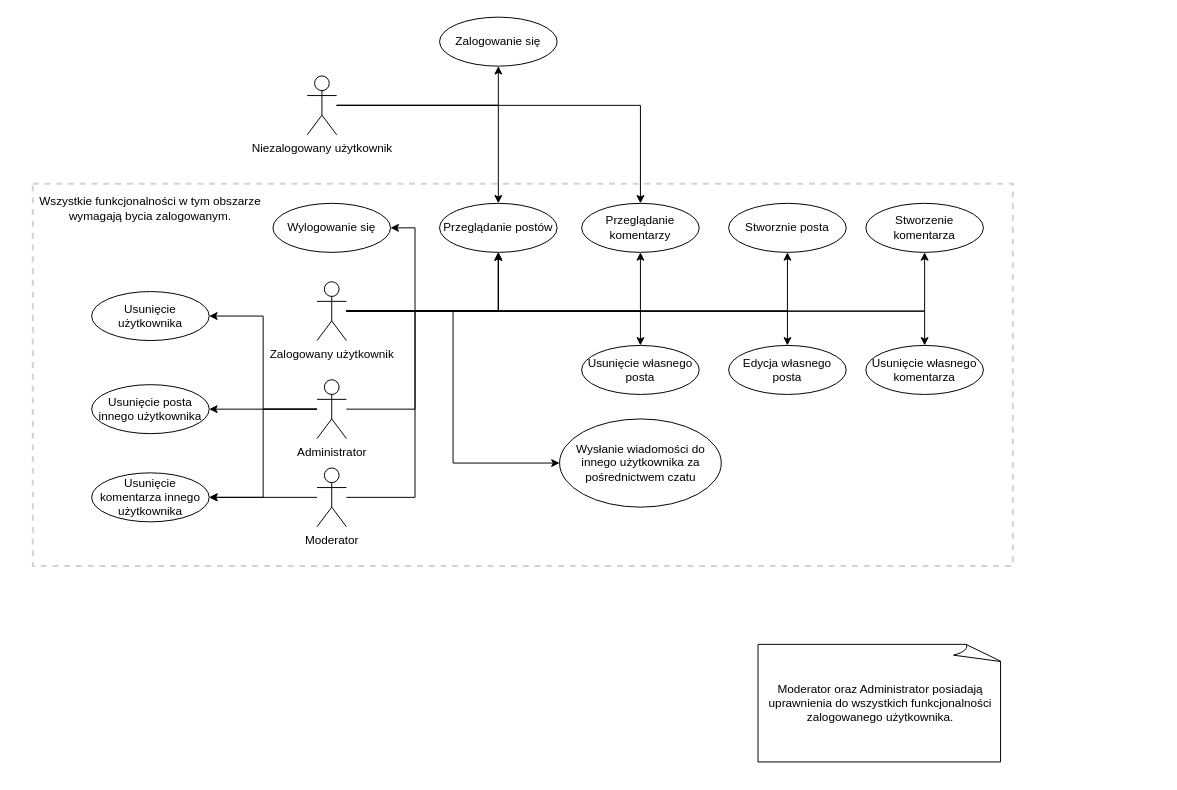
Earlier version of the draw.io diagram Przypadki użycia inżynierka.drawio (MichjuX/UML_Diagrams). Source tidied: cells renumbered, new cells numbered last; positions are measured from the earlier drawing's top-left corner, leaving out a move shared by most shapes. Both pictures are drawn from the tidied source at 98%, with x=0, y=0 at pixel (18, 17).
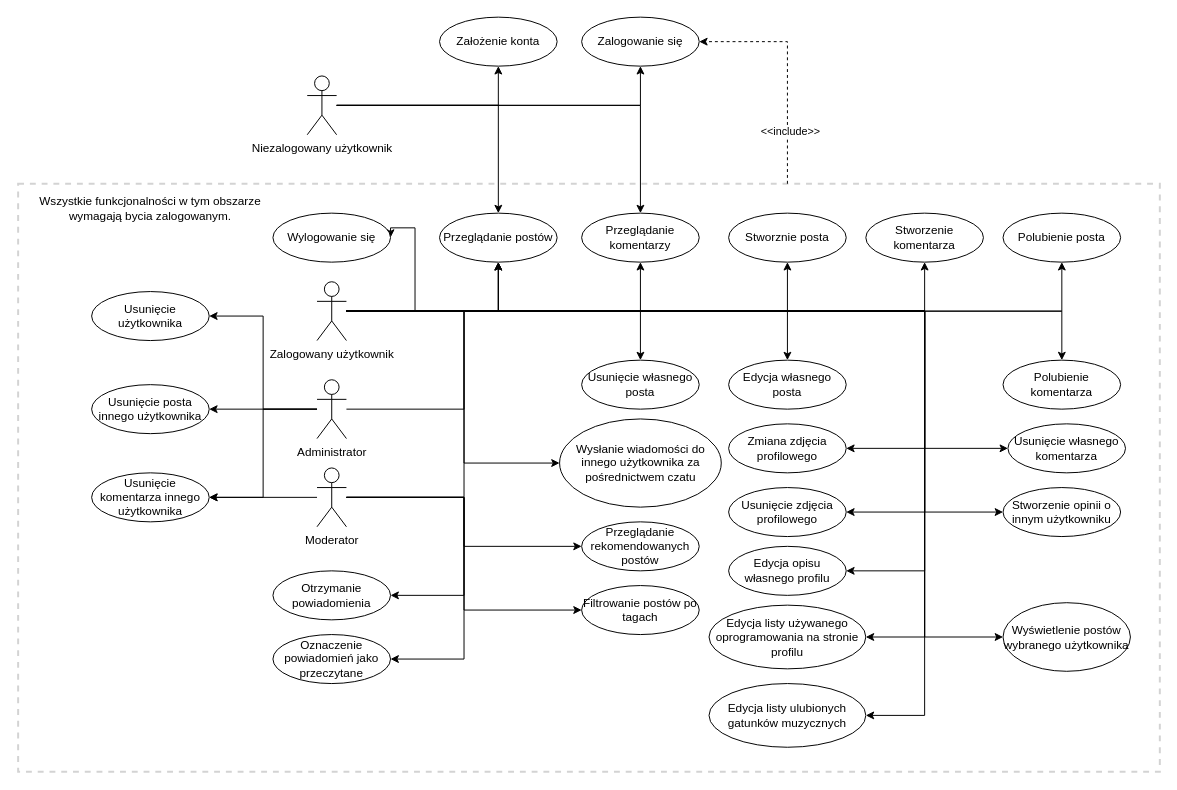
The same diagram, later.

The change refers to these unchanged cells:
```xml
<mxCell id="6" value="Niezalogowany użytkownik&lt;div&gt;&lt;br&gt;&lt;/div&gt;" style="shape=umlActor;verticalLabelPosition=bottom;verticalAlign=top;html=1;outlineConnect=0;" parent="1" vertex="1">
  <mxGeometry x="295" y="60" width="30" height="60" as="geometry" />
</mxCell>
<mxCell id="16" value="Zalogowany użytkownik&lt;div&gt;&lt;br&gt;&lt;/div&gt;" style="shape=umlActor;verticalLabelPosition=bottom;verticalAlign=top;html=1;outlineConnect=0;" parent="1" vertex="1">
  <mxGeometry x="305" y="270" width="30" height="60" as="geometry" />
</mxCell>
<mxCell id="19" value="&lt;div&gt;Moderator&lt;/div&gt;" style="shape=umlActor;verticalLabelPosition=bottom;verticalAlign=top;html=1;outlineConnect=0;" parent="1" vertex="1">
  <mxGeometry x="305" y="460" width="30" height="60" as="geometry" />
</mxCell>
<mxCell id="24" value="&lt;div&gt;Administrator&lt;/div&gt;" style="shape=umlActor;verticalLabelPosition=bottom;verticalAlign=top;html=1;outlineConnect=0;" parent="1" vertex="1">
  <mxGeometry x="305" y="370" width="30" height="60" as="geometry" />
</mxCell>
<mxCell id="33" value="Wysłanie wiadomości do innego użytkownika za pośrednictwem czatu" style="ellipse;whiteSpace=wrap;html=1;" parent="1" vertex="1">
  <mxGeometry x="552.5" y="410" width="165" height="90" as="geometry" />
</mxCell>
```

The edit, as a diff of the source:
```diff
@@
     <mxCell id="2" style="rounded=0;whiteSpace=wrap;html=1;fillColor=none;strokeColor=light-dark(#D3D3D3,#DADADA);strokeWidth=2;dashed=1;" parent="1" vertex="1">
-      <mxGeometry x="15" y="170" width="1000" height="390" as="geometry" />
+      <mxGeometry y="170" width="1165" height="600" as="geometry" />
     </mxCell>
+    <mxCell id="40" style="edgeStyle=orthogonalEdgeStyle;rounded=0;jettySize=auto;html=1;entryX=1;entryY=0.5;entryDx=0;entryDy=0;dashed=1;" parent="1" edge="1" source="2" target="38">
+      <mxGeometry relative="1" as="geometry">
+        <Array as="points">
+          <mxPoint x="785" y="25" />
+        </Array>
+      </mxGeometry>
+    </mxCell>
+    <mxCell id="41" value="&amp;lt;&amp;lt;include&amp;gt;&amp;gt;" style="edgeLabel;html=1;align=center;verticalAlign=middle;" parent="40" vertex="1">
+      <mxGeometry x="-0.54" y="-3" relative="1" as="geometry">
+        <mxPoint x="-1" as="offset" />
+      </mxGeometry>
+    </mxCell>
@@
+    <mxCell id="42" style="edgeStyle=orthogonalEdgeStyle;rounded=0;jettySize=auto;html=1;entryX=0.5;entryY=1;entryDx=0;entryDy=0;" parent="1" edge="1" source="6" target="62">
+      <mxGeometry relative="1" as="geometry" />
+    </mxCell>
@@
     <mxCell id="13" style="edgeStyle=orthogonalEdgeStyle;rounded=0;jettySize=auto;html=1;" parent="1" edge="1" source="16" target="32">
-      <mxGeometry relative="1" as="geometry" />
+      <mxGeometry relative="1" as="geometry">
+        <Array as="points">
+          <mxPoint x="925" y="300" />
+          <mxPoint x="925" y="440" />
+        </Array>
+      </mxGeometry>
     </mxCell>
     <mxCell id="14" style="edgeStyle=orthogonalEdgeStyle;rounded=0;jettySize=auto;html=1;entryX=0;entryY=0.5;entryDx=0;entryDy=0;" parent="1" edge="1" source="16" target="33">
-      <mxGeometry relative="1" as="geometry" />
+      <mxGeometry relative="1" as="geometry">
+        <Array as="points">
+          <mxPoint x="455" y="300" />
+          <mxPoint x="455" y="455" />
+        </Array>
+      </mxGeometry>
     </mxCell>
@@
+    <mxCell id="43" style="edgeStyle=orthogonalEdgeStyle;rounded=0;jettySize=auto;html=1;entryX=0.5;entryY=0;entryDx=0;entryDy=0;" parent="1" edge="1" source="16" target="61">
+      <mxGeometry relative="1" as="geometry" />
+    </mxCell>
+    <mxCell id="44" style="edgeStyle=orthogonalEdgeStyle;rounded=0;jettySize=auto;html=1;entryX=0.5;entryY=1;entryDx=0;entryDy=0;" parent="1" edge="1" source="16" target="60">
+      <mxGeometry relative="1" as="geometry" />
+    </mxCell>
+    <mxCell id="45" style="edgeStyle=orthogonalEdgeStyle;rounded=0;jettySize=auto;html=1;entryX=0;entryY=0.5;entryDx=0;entryDy=0;" parent="1" edge="1" source="16" target="67">
+      <mxGeometry relative="1" as="geometry">
+        <Array as="points">
+          <mxPoint x="925" y="300" />
+          <mxPoint x="925" y="505" />
+        </Array>
+      </mxGeometry>
+    </mxCell>
+    <mxCell id="46" style="edgeStyle=orthogonalEdgeStyle;rounded=0;jettySize=auto;html=1;entryX=0;entryY=0.5;entryDx=0;entryDy=0;" parent="1" edge="1" source="16" target="68">
+      <mxGeometry relative="1" as="geometry">
+        <Array as="points">
+          <mxPoint x="925" y="300" />
+          <mxPoint x="925" y="633" />
+          <mxPoint x="1005" y="633" />
+        </Array>
+      </mxGeometry>
+    </mxCell>
+    <mxCell id="47" style="edgeStyle=orthogonalEdgeStyle;rounded=0;jettySize=auto;html=1;entryX=1;entryY=0.5;entryDx=0;entryDy=0;" parent="1" edge="1" source="16" target="63">
+      <mxGeometry relative="1" as="geometry">
+        <Array as="points">
+          <mxPoint x="925" y="300" />
+          <mxPoint x="925" y="440" />
+        </Array>
+      </mxGeometry>
+    </mxCell>
+    <mxCell id="48" style="edgeStyle=orthogonalEdgeStyle;rounded=0;jettySize=auto;html=1;entryX=1;entryY=0.5;entryDx=0;entryDy=0;" parent="1" edge="1" source="16" target="64">
+      <mxGeometry relative="1" as="geometry">
+        <Array as="points">
+          <mxPoint x="925" y="300" />
+          <mxPoint x="925" y="565" />
+        </Array>
+      </mxGeometry>
+    </mxCell>
+    <mxCell id="49" style="edgeStyle=orthogonalEdgeStyle;rounded=0;jettySize=auto;html=1;entryX=1;entryY=0.5;entryDx=0;entryDy=0;" parent="1" edge="1" source="16" target="69">
+      <mxGeometry relative="1" as="geometry">
+        <Array as="points">
+          <mxPoint x="925" y="300" />
+          <mxPoint x="925" y="505" />
+        </Array>
+      </mxGeometry>
+    </mxCell>
+    <mxCell id="50" style="edgeStyle=orthogonalEdgeStyle;rounded=0;jettySize=auto;html=1;entryX=1;entryY=0.5;entryDx=0;entryDy=0;" parent="1" edge="1" source="16" target="65">
+      <mxGeometry relative="1" as="geometry">
+        <Array as="points">
+          <mxPoint x="925" y="300" />
+          <mxPoint x="925" y="632" />
+        </Array>
+      </mxGeometry>
+    </mxCell>
+    <mxCell id="51" style="edgeStyle=orthogonalEdgeStyle;rounded=0;jettySize=auto;html=1;entryX=1;entryY=0.5;entryDx=0;entryDy=0;" parent="1" edge="1" source="16" target="66">
+      <mxGeometry relative="1" as="geometry">
+        <Array as="points">
+          <mxPoint x="925" y="300" />
+          <mxPoint x="925" y="712" />
+        </Array>
+      </mxGeometry>
+    </mxCell>
@@
     <mxCell id="17" style="edgeStyle=orthogonalEdgeStyle;rounded=0;jettySize=auto;html=1;" parent="1" edge="1" source="19" target="25">
       <mxGeometry relative="1" as="geometry">
         <Array as="points">
-          <mxPoint x="405" y="490" />
-          <mxPoint x="405" y="300" />
+          <mxPoint x="455" y="490" />
+          <mxPoint x="455" y="300" />
           <mxPoint x="490" y="300" />
         </Array>
       </mxGeometry>
     </mxCell>
@@
+    <mxCell id="52" style="edgeStyle=orthogonalEdgeStyle;rounded=0;jettySize=auto;html=1;" parent="1" edge="1" source="19" target="56">
+      <mxGeometry relative="1" as="geometry" />
+    </mxCell>
+    <mxCell id="53" style="edgeStyle=orthogonalEdgeStyle;rounded=0;jettySize=auto;html=1;entryX=0;entryY=0.5;entryDx=0;entryDy=0;" parent="1" edge="1" source="19" target="57">
+      <mxGeometry relative="1" as="geometry" />
+    </mxCell>
+    <mxCell id="54" style="edgeStyle=orthogonalEdgeStyle;rounded=0;jettySize=auto;html=1;entryX=1;entryY=0.5;entryDx=0;entryDy=0;" parent="1" edge="1" source="19" target="58">
+      <mxGeometry relative="1" as="geometry">
+        <Array as="points">
+          <mxPoint x="455" y="490" />
+          <mxPoint x="455" y="590" />
+        </Array>
+      </mxGeometry>
+    </mxCell>
+    <mxCell id="55" style="edgeStyle=orthogonalEdgeStyle;rounded=0;jettySize=auto;html=1;entryX=1;entryY=0.5;entryDx=0;entryDy=0;" parent="1" edge="1" source="19" target="59">
+      <mxGeometry relative="1" as="geometry">
+        <Array as="points">
+          <mxPoint x="455" y="490" />
+          <mxPoint x="455" y="655" />
+        </Array>
+      </mxGeometry>
+    </mxCell>
@@
     <mxCell id="20" style="edgeStyle=orthogonalEdgeStyle;rounded=0;jettySize=auto;html=1;" parent="1" edge="1" source="24" target="25">
       <mxGeometry relative="1" as="geometry">
         <Array as="points">
-          <mxPoint x="405" y="400" />
-          <mxPoint x="405" y="300" />
+          <mxPoint x="455" y="400" />
+          <mxPoint x="455" y="300" />
           <mxPoint x="490" y="300" />
         </Array>
       </mxGeometry>
     </mxCell>
@@
     <mxCell id="25" value="Przeglądanie postów" style="ellipse;whiteSpace=wrap;html=1;" parent="1" vertex="1">
-      <mxGeometry x="430" y="190" width="120" height="50" as="geometry" />
+      <mxGeometry x="430" y="200" width="120" height="50" as="geometry" />
     </mxCell>
     <mxCell id="26" value="Przeglądanie komentarzy" style="ellipse;whiteSpace=wrap;html=1;" parent="1" vertex="1">
-      <mxGeometry x="575" y="190" width="120" height="50" as="geometry" />
+      <mxGeometry x="575" y="200" width="120" height="50" as="geometry" />
     </mxCell>
     <mxCell id="27" value="Stworznie posta" style="ellipse;whiteSpace=wrap;html=1;" parent="1" vertex="1">
-      <mxGeometry x="725" y="190" width="120" height="50" as="geometry" />
+      <mxGeometry x="725" y="200" width="120" height="50" as="geometry" />
     </mxCell>
     <mxCell id="28" value="Stworzenie komentarza" style="ellipse;whiteSpace=wrap;html=1;" parent="1" vertex="1">
-      <mxGeometry x="865" y="190" width="120" height="50" as="geometry" />
+      <mxGeometry x="865" y="200" width="120" height="50" as="geometry" />
     </mxCell>
-    <mxCell id="29" value="Moderator oraz Administrator posiadają uprawnienia do wszystkich funkcjonalności zalogowanego użytkownika." style="whiteSpace=wrap;html=1;shape=mxgraph.basic.document;" parent="1" vertex="1">
-      <mxGeometry x="755" y="640" width="250" height="120" as="geometry" />
-    </mxCell>
     <mxCell id="30" value="Edycja własnego posta" style="ellipse;whiteSpace=wrap;html=1;" parent="1" vertex="1">
-      <mxGeometry x="725" y="335" width="120" height="50" as="geometry" />
+      <mxGeometry x="725" y="350" width="120" height="50" as="geometry" />
     </mxCell>
     <mxCell id="31" value="Usunięcie własnego posta" style="ellipse;whiteSpace=wrap;html=1;" parent="1" vertex="1">
-      <mxGeometry x="575" y="335" width="120" height="50" as="geometry" />
+      <mxGeometry x="575" y="350" width="120" height="50" as="geometry" />
     </mxCell>
     <mxCell id="32" value="Usunięcie własnego komentarza" style="ellipse;whiteSpace=wrap;html=1;" parent="1" vertex="1">
-      <mxGeometry x="865" y="335" width="120" height="50" as="geometry" />
+      <mxGeometry x="1010" y="415" width="120" height="50" as="geometry" />
     </mxCell>
@@
     <mxCell id="38" value="Zalogowanie się" style="ellipse;whiteSpace=wrap;html=1;" parent="1" vertex="1">
-      <mxGeometry x="430" width="120" height="50" as="geometry" />
+      <mxGeometry x="575" width="120" height="50" as="geometry" />
     </mxCell>
     <mxCell id="39" value="Wylogowanie się" style="ellipse;whiteSpace=wrap;html=1;" parent="1" vertex="1">
-      <mxGeometry x="260" y="190" width="120" height="50" as="geometry" />
+      <mxGeometry x="260" y="200" width="120" height="50" as="geometry" />
     </mxCell>
+    <mxCell id="56" value="Przeglądanie rekomendowanych postów" style="ellipse;whiteSpace=wrap;html=1;" parent="1" vertex="1">
+      <mxGeometry x="575" y="515" width="120" height="50" as="geometry" />
+    </mxCell>
+    <mxCell id="57" value="Filtrowanie postów po tagach" style="ellipse;whiteSpace=wrap;html=1;" parent="1" vertex="1">
+      <mxGeometry x="575" y="580" width="120" height="50" as="geometry" />
+    </mxCell>
+    <mxCell id="58" value="Otrzymanie powiadomienia" style="ellipse;whiteSpace=wrap;html=1;" parent="1" vertex="1">
+      <mxGeometry x="260" y="565" width="120" height="50" as="geometry" />
+    </mxCell>
+    <mxCell id="59" value="Oznaczenie powiadomień jako przeczytane" style="ellipse;whiteSpace=wrap;html=1;" parent="1" vertex="1">
+      <mxGeometry x="260" y="630" width="120" height="50" as="geometry" />
+    </mxCell>
+    <mxCell id="60" value="Polubienie posta" style="ellipse;whiteSpace=wrap;html=1;" parent="1" vertex="1">
+      <mxGeometry x="1005" y="200" width="120" height="50" as="geometry" />
+    </mxCell>
+    <mxCell id="61" value="Polubienie komentarza" style="ellipse;whiteSpace=wrap;html=1;" parent="1" vertex="1">
+      <mxGeometry x="1005" y="350" width="120" height="50" as="geometry" />
+    </mxCell>
+    <mxCell id="62" value="Założenie konta" style="ellipse;whiteSpace=wrap;html=1;" parent="1" vertex="1">
+      <mxGeometry x="430" width="120" height="50" as="geometry" />
+    </mxCell>
+    <mxCell id="63" value="Zmiana zdjęcia profilowego" style="ellipse;whiteSpace=wrap;html=1;" parent="1" vertex="1">
+      <mxGeometry x="725" y="415" width="120" height="50" as="geometry" />
+    </mxCell>
+    <mxCell id="64" value="Edycja opisu własnego profilu" style="ellipse;whiteSpace=wrap;html=1;" parent="1" vertex="1">
+      <mxGeometry x="725" y="540" width="120" height="50" as="geometry" />
+    </mxCell>
+    <mxCell id="65" value="Edycja listy używanego oprogramowania na stronie profilu" style="ellipse;whiteSpace=wrap;html=1;" parent="1" vertex="1">
+      <mxGeometry x="705" y="600" width="160" height="65" as="geometry" />
+    </mxCell>
+    <mxCell id="66" value="Edycja listy ulubionych gatunków muzycznych" style="ellipse;whiteSpace=wrap;html=1;" parent="1" vertex="1">
+      <mxGeometry x="705" y="680" width="160" height="65" as="geometry" />
+    </mxCell>
+    <mxCell id="67" value="Stworzenie opinii o innym użytkowniku" style="ellipse;whiteSpace=wrap;html=1;" parent="1" vertex="1">
+      <mxGeometry x="1005" y="480" width="120" height="50" as="geometry" />
+    </mxCell>
+    <mxCell id="68" value="Wyświetlenie postów wybranego użytkownika" style="ellipse;whiteSpace=wrap;html=1;" parent="1" vertex="1">
+      <mxGeometry x="1005" y="597.5" width="130" height="70" as="geometry" />
+    </mxCell>
+    <mxCell id="69" value="Usunięcie zdjęcia profilowego" style="ellipse;whiteSpace=wrap;html=1;" parent="1" vertex="1">
+      <mxGeometry x="725" y="480" width="120" height="50" as="geometry" />
+    </mxCell>
```
